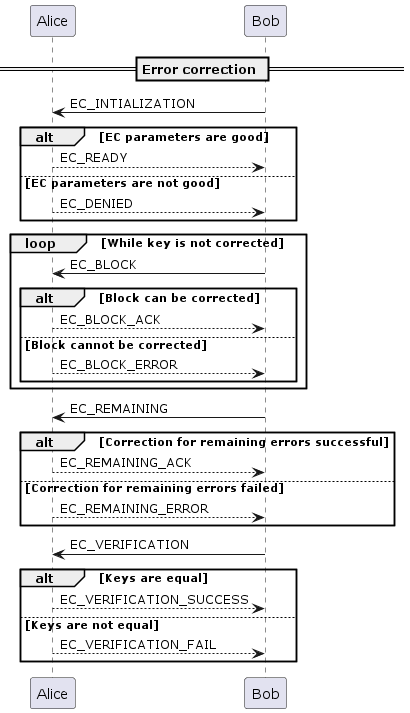
Above: docs/source/_static/error_correction.png in qosst/qosst-core (PlantUML), before the change. The source it was exported from:
```plantuml
@startuml

== Error correction ==

Alice <- Bob: EC_INTIALIZATION

alt EC parameters are good
    Alice --> Bob: EC_READY
else EC parameters are not good
    Alice --> Bob: EC_DENIED
end

loop While key is not corrected
    Alice <- Bob: EC_BLOCK
    alt Block can be corrected
        Alice --> Bob: EC_BLOCK_ACK
    else Block cannot be corrected
        Alice --> Bob: EC_BLOCK_ERROR
    end
end

Alice <- Bob: EC_REMAINING
alt Correction for remaining errors successful
    Alice --> Bob: EC_REMAINING_ACK
else Correction for remaining errors failed
    Alice --> Bob: EC_REMAINING_ERROR
end

Alice <- Bob: EC_VERIFICATION
alt Keys are equal
    Alice --> Bob: EC_VERIFICATION_SUCCESS
else Keys are not equal
    Alice --> Bob: EC_VERIFICATION_FAIL
end

@enduml
```
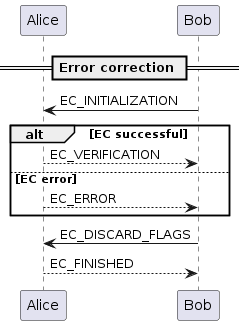
The same file after the commit.

Commit message:
feat: :sparkles: Modify control protocol to add error correction and privacy amplification

Diff of the diagram source:
```diff
@@ -2,35 +2,15 @@
 
 == Error correction ==
 
-Alice <- Bob: EC_INTIALIZATION
+Alice <- Bob: EC_INITIALIZATION
 
-alt EC parameters are good
-    Alice --> Bob: EC_READY
-else EC parameters are not good
-    Alice --> Bob: EC_DENIED
+alt EC successful
+    Alice --> Bob: EC_VERIFICATION
+else EC error
+    Alice --> Bob: EC_ERROR
 end
 
-loop While key is not corrected
-    Alice <- Bob: EC_BLOCK
-    alt Block can be corrected
-        Alice --> Bob: EC_BLOCK_ACK
-    else Block cannot be corrected
-        Alice --> Bob: EC_BLOCK_ERROR
-    end
-end
-
-Alice <- Bob: EC_REMAINING
-alt Correction for remaining errors successful
-    Alice --> Bob: EC_REMAINING_ACK
-else Correction for remaining errors failed
-    Alice --> Bob: EC_REMAINING_ERROR
-end
-
-Alice <- Bob: EC_VERIFICATION
-alt Keys are equal
-    Alice --> Bob: EC_VERIFICATION_SUCCESS
-else Keys are not equal
-    Alice --> Bob: EC_VERIFICATION_FAIL
-end
+Alice <- Bob: EC_DISCARD_FLAGS
+Alice --> Bob: EC_FINISHED
 
 @enduml
```
